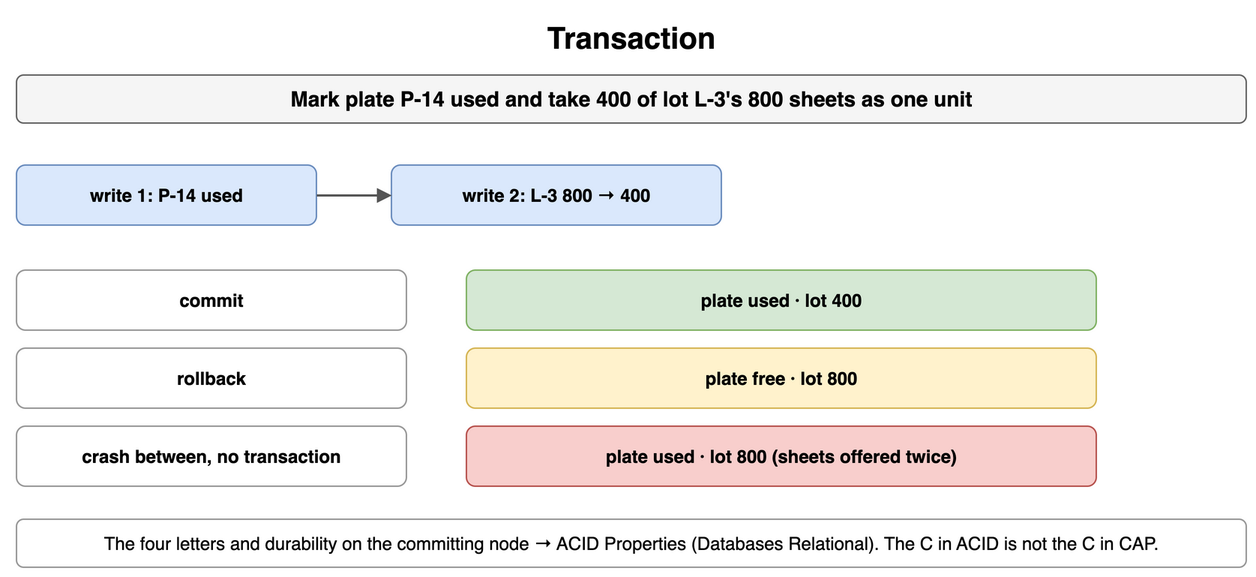
Above: content/09_System_Design_Interview/16_Transactions_and_Concurrency_Control/diagrams/transactions-1-transaction.png in amendez13/swe-study-guide (draw.io), before the change. Source tidied: cells renumbered, new cells last; positions are measured from the earlier drawing's top-left corner, leaving out a move shared by most shapes. The source it was exported from:
```xml
<mxGraphModel>
  <root>
    <mxCell id="0" />
    <mxCell id="1" parent="0" />
    <mxCell id="2" value="Transaction" style="text;html=1;align=center;verticalAlign=middle;whiteSpace=wrap;fontSize=20;fontStyle=1;" parent="1" vertex="1">
      <mxGeometry width="820" height="30" as="geometry" />
    </mxCell>
    <mxCell id="3" value="Mark plate P-14 used and take 400 of lot L-3's 800 sheets as one unit" style="rounded=1;whiteSpace=wrap;html=1;fillColor=#f5f5f5;strokeColor=#666666;fontStyle=1;fontSize=14;" parent="1" vertex="1">
      <mxGeometry y="40" width="820" height="32" as="geometry" />
    </mxCell>
    <mxCell id="4" value="write 1: P-14 used" style="rounded=1;whiteSpace=wrap;html=1;fillColor=#dae8fc;strokeColor=#6c8ebf;fontSize=12;align=center;fontStyle=1;" parent="1" vertex="1">
      <mxGeometry y="100" width="200" height="40" as="geometry" />
    </mxCell>
    <mxCell id="5" value="write 2: L-3 800 → 400" style="rounded=1;whiteSpace=wrap;html=1;fillColor=#dae8fc;strokeColor=#6c8ebf;fontSize=12;align=center;fontStyle=1;" parent="1" vertex="1">
      <mxGeometry x="250" y="100" width="220" height="40" as="geometry" />
    </mxCell>
    <mxCell id="6" style="endArrow=block;endSize=6;html=1;strokeWidth=1.5;strokeColor=#555555;fontSize=11;labelBackgroundColor=#ffffff;" parent="1" edge="1" source="4" target="5">
      <mxGeometry relative="1" as="geometry" />
    </mxCell>
    <mxCell id="7" value="commit" style="rounded=1;whiteSpace=wrap;html=1;fillColor=#ffffff;strokeColor=#999999;fontSize=12;align=center;fontStyle=1;" parent="1" vertex="1">
      <mxGeometry y="170" width="260" height="40" as="geometry" />
    </mxCell>
    <mxCell id="8" value="plate used · lot 400" style="rounded=1;whiteSpace=wrap;html=1;fillColor=#d5e8d4;strokeColor=#82b366;fontSize=12;align=center;fontStyle=1;" parent="1" vertex="1">
      <mxGeometry x="300" y="170" width="420" height="40" as="geometry" />
    </mxCell>
    <mxCell id="9" value="rollback" style="rounded=1;whiteSpace=wrap;html=1;fillColor=#ffffff;strokeColor=#999999;fontSize=12;align=center;fontStyle=1;" parent="1" vertex="1">
      <mxGeometry y="222" width="260" height="40" as="geometry" />
    </mxCell>
    <mxCell id="10" value="plate free · lot 800" style="rounded=1;whiteSpace=wrap;html=1;fillColor=#fff2cc;strokeColor=#d6b656;fontSize=12;align=center;fontStyle=1;" parent="1" vertex="1">
      <mxGeometry x="300" y="222" width="420" height="40" as="geometry" />
    </mxCell>
    <mxCell id="11" value="crash between, no transaction" style="rounded=1;whiteSpace=wrap;html=1;fillColor=#ffffff;strokeColor=#999999;fontSize=12;align=center;fontStyle=1;" parent="1" vertex="1">
      <mxGeometry y="274" width="260" height="40" as="geometry" />
    </mxCell>
    <mxCell id="12" value="plate used · lot 800 (sheets offered twice)" style="rounded=1;whiteSpace=wrap;html=1;fillColor=#f8cecc;strokeColor=#b85450;fontSize=12;align=center;fontStyle=1;" parent="1" vertex="1">
      <mxGeometry x="300" y="274" width="420" height="40" as="geometry" />
    </mxCell>
    <mxCell id="13" value="The four letters and durability on the committing node → ACID Properties (Databases Relational). The C in ACID is not the C in CAP." style="rounded=1;whiteSpace=wrap;html=1;fillColor=#ffffff;strokeColor=#999999;fontSize=12;align=center;" parent="1" vertex="1">
      <mxGeometry y="336" width="820" height="32" as="geometry" />
    </mxCell>
  </root>
</mxGraphModel>
```
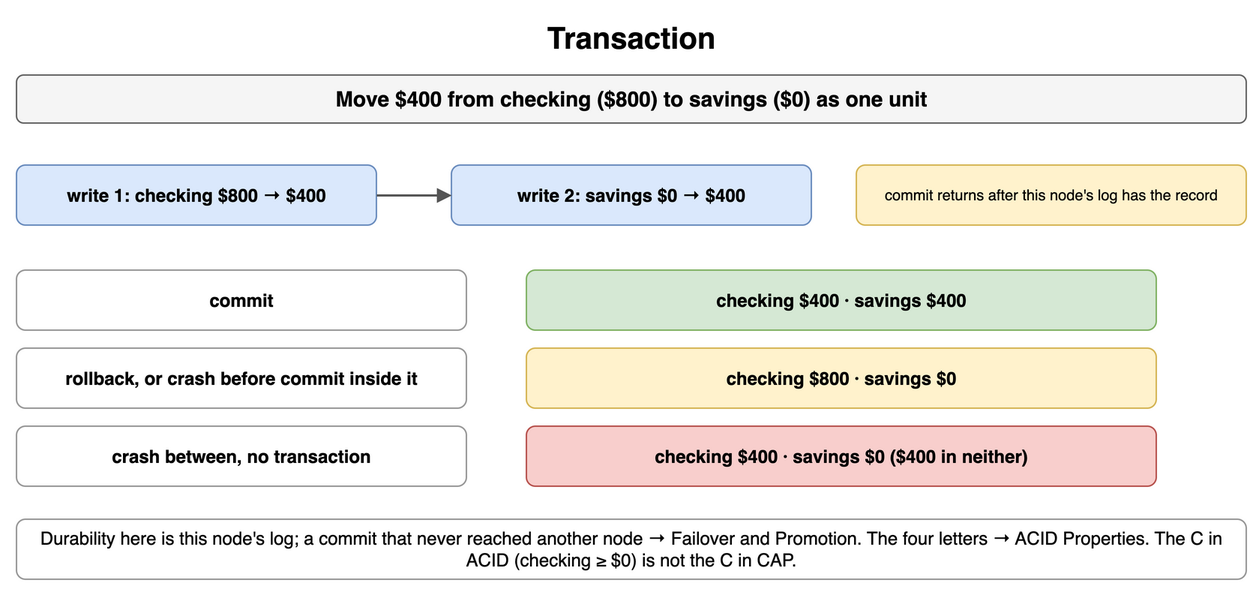
Above is the later version.

The edit, as a diff of the source:
```diff
@@ -5,38 +5,41 @@
     <mxCell id="2" value="Transaction" style="text;html=1;align=center;verticalAlign=middle;whiteSpace=wrap;fontSize=20;fontStyle=1;" parent="1" vertex="1">
       <mxGeometry width="820" height="30" as="geometry" />
     </mxCell>
-    <mxCell id="3" value="Mark plate P-14 used and take 400 of lot L-3's 800 sheets as one unit" style="rounded=1;whiteSpace=wrap;html=1;fillColor=#f5f5f5;strokeColor=#666666;fontStyle=1;fontSize=14;" parent="1" vertex="1">
+    <mxCell id="3" value="Move $400 from checking ($800) to savings ($0) as one unit" style="rounded=1;whiteSpace=wrap;html=1;fillColor=#f5f5f5;strokeColor=#666666;fontStyle=1;fontSize=14;" parent="1" vertex="1">
       <mxGeometry y="40" width="820" height="32" as="geometry" />
     </mxCell>
-    <mxCell id="4" value="write 1: P-14 used" style="rounded=1;whiteSpace=wrap;html=1;fillColor=#dae8fc;strokeColor=#6c8ebf;fontSize=12;align=center;fontStyle=1;" parent="1" vertex="1">
-      <mxGeometry y="100" width="200" height="40" as="geometry" />
+    <mxCell id="4" value="write 1: checking $800 → $400" style="rounded=1;whiteSpace=wrap;html=1;fillColor=#dae8fc;strokeColor=#6c8ebf;fontSize=12;align=center;fontStyle=1;" parent="1" vertex="1">
+      <mxGeometry y="100" width="240" height="40" as="geometry" />
     </mxCell>
-    <mxCell id="5" value="write 2: L-3 800 → 400" style="rounded=1;whiteSpace=wrap;html=1;fillColor=#dae8fc;strokeColor=#6c8ebf;fontSize=12;align=center;fontStyle=1;" parent="1" vertex="1">
-      <mxGeometry x="250" y="100" width="220" height="40" as="geometry" />
+    <mxCell id="5" value="write 2: savings $0 → $400" style="rounded=1;whiteSpace=wrap;html=1;fillColor=#dae8fc;strokeColor=#6c8ebf;fontSize=12;align=center;fontStyle=1;" parent="1" vertex="1">
+      <mxGeometry x="290" y="100" width="240" height="40" as="geometry" />
     </mxCell>
     <mxCell id="6" style="endArrow=block;endSize=6;html=1;strokeWidth=1.5;strokeColor=#555555;fontSize=11;labelBackgroundColor=#ffffff;" parent="1" edge="1" source="4" target="5">
       <mxGeometry relative="1" as="geometry" />
     </mxCell>
-    <mxCell id="7" value="commit" style="rounded=1;whiteSpace=wrap;html=1;fillColor=#ffffff;strokeColor=#999999;fontSize=12;align=center;fontStyle=1;" parent="1" vertex="1">
-      <mxGeometry y="170" width="260" height="40" as="geometry" />
+    <mxCell id="7" value="commit returns after this node's log has the record" style="rounded=1;whiteSpace=wrap;html=1;fillColor=#fff2cc;strokeColor=#d6b656;fontSize=10;align=center;" parent="1" vertex="1">
+      <mxGeometry x="560" y="100" width="260" height="40" as="geometry" />
     </mxCell>
-    <mxCell id="8" value="plate used · lot 400" style="rounded=1;whiteSpace=wrap;html=1;fillColor=#d5e8d4;strokeColor=#82b366;fontSize=12;align=center;fontStyle=1;" parent="1" vertex="1">
-      <mxGeometry x="300" y="170" width="420" height="40" as="geometry" />
+    <mxCell id="8" value="commit" style="rounded=1;whiteSpace=wrap;html=1;fillColor=#ffffff;strokeColor=#999999;fontSize=12;align=center;fontStyle=1;" parent="1" vertex="1">
+      <mxGeometry y="170" width="300" height="40" as="geometry" />
     </mxCell>
-    <mxCell id="9" value="rollback" style="rounded=1;whiteSpace=wrap;html=1;fillColor=#ffffff;strokeColor=#999999;fontSize=12;align=center;fontStyle=1;" parent="1" vertex="1">
-      <mxGeometry y="222" width="260" height="40" as="geometry" />
+    <mxCell id="9" value="checking $400 · savings $400" style="rounded=1;whiteSpace=wrap;html=1;fillColor=#d5e8d4;strokeColor=#82b366;fontSize=12;align=center;fontStyle=1;" parent="1" vertex="1">
+      <mxGeometry x="340" y="170" width="420" height="40" as="geometry" />
     </mxCell>
-    <mxCell id="10" value="plate free · lot 800" style="rounded=1;whiteSpace=wrap;html=1;fillColor=#fff2cc;strokeColor=#d6b656;fontSize=12;align=center;fontStyle=1;" parent="1" vertex="1">
-      <mxGeometry x="300" y="222" width="420" height="40" as="geometry" />
+    <mxCell id="10" value="rollback, or crash before commit inside it" style="rounded=1;whiteSpace=wrap;html=1;fillColor=#ffffff;strokeColor=#999999;fontSize=12;align=center;fontStyle=1;" parent="1" vertex="1">
+      <mxGeometry y="222" width="300" height="40" as="geometry" />
     </mxCell>
-    <mxCell id="11" value="crash between, no transaction" style="rounded=1;whiteSpace=wrap;html=1;fillColor=#ffffff;strokeColor=#999999;fontSize=12;align=center;fontStyle=1;" parent="1" vertex="1">
-      <mxGeometry y="274" width="260" height="40" as="geometry" />
+    <mxCell id="11" value="checking $800 · savings $0" style="rounded=1;whiteSpace=wrap;html=1;fillColor=#fff2cc;strokeColor=#d6b656;fontSize=12;align=center;fontStyle=1;" parent="1" vertex="1">
+      <mxGeometry x="340" y="222" width="420" height="40" as="geometry" />
     </mxCell>
-    <mxCell id="12" value="plate used · lot 800 (sheets offered twice)" style="rounded=1;whiteSpace=wrap;html=1;fillColor=#f8cecc;strokeColor=#b85450;fontSize=12;align=center;fontStyle=1;" parent="1" vertex="1">
-      <mxGeometry x="300" y="274" width="420" height="40" as="geometry" />
+    <mxCell id="12" value="crash between, no transaction" style="rounded=1;whiteSpace=wrap;html=1;fillColor=#ffffff;strokeColor=#999999;fontSize=12;align=center;fontStyle=1;" parent="1" vertex="1">
+      <mxGeometry y="274" width="300" height="40" as="geometry" />
     </mxCell>
-    <mxCell id="13" value="The four letters and durability on the committing node → ACID Properties (Databases Relational). The C in ACID is not the C in CAP." style="rounded=1;whiteSpace=wrap;html=1;fillColor=#ffffff;strokeColor=#999999;fontSize=12;align=center;" parent="1" vertex="1">
-      <mxGeometry y="336" width="820" height="32" as="geometry" />
+    <mxCell id="13" value="checking $400 · savings $0 ($400 in neither)" style="rounded=1;whiteSpace=wrap;html=1;fillColor=#f8cecc;strokeColor=#b85450;fontSize=12;align=center;fontStyle=1;" parent="1" vertex="1">
+      <mxGeometry x="340" y="274" width="420" height="40" as="geometry" />
     </mxCell>
+    <mxCell id="14" value="Durability here is this node's log; a commit that never reached another node → Failover and Promotion. The four letters → ACID Properties. The C in ACID (checking ≥ $0) is not the C in CAP." style="rounded=1;whiteSpace=wrap;html=1;fillColor=#ffffff;strokeColor=#999999;fontSize=12;align=center;" parent="1" vertex="1">
+      <mxGeometry y="336" width="820" height="40" as="geometry" />
+    </mxCell>
   </root>
 </mxGraphModel>
```
